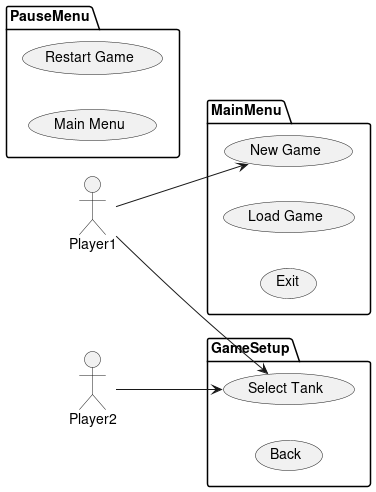
Above: uml_diagrams/useCase.png in prateek21081/tank-stars-game (PlantUML), before the change.
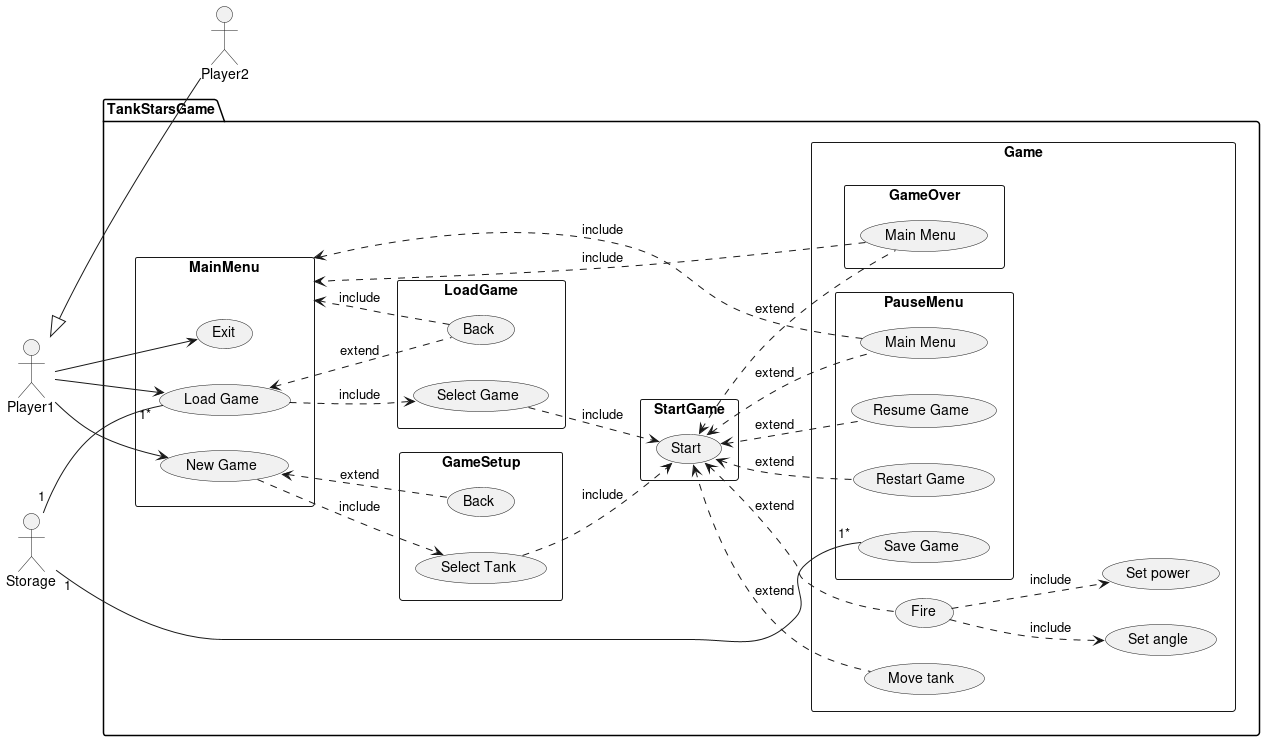
The same file after the commit.

Commit message:
update: use case diagram

The edit, as a diff of the source:
```diff
@@ -3,27 +3,83 @@
 
 actor Player1 as P1
 actor Player2 as P2
+actor Storage as S
 
-package MainMenu {
+package TankStarsGame {
+
+rectangle MainMenu {
     usecase "New Game" as newGame
     usecase "Load Game" as loadGame
     usecase "Exit" as exit
 }
 
-package PauseMenu {
-    usecase "Restart Game" as resumeGame
-    usecase "Main Menu" as backToMenu
-}
 
-package GameSetup {
+rectangle GameSetup {
     usecase "Select Tank" as selectTank
     usecase "Back" as backToMenu1
 }
 
-P1 --> newGame
+rectangle LoadGame {
+    usecase "Select Game" as selectGame
+    usecase "Back" as backToMenu2
+}
 
-P1 --> selectTank
-P2 --> selectTank
+rectangle StartGame {
+    usecase "Start" as startGame
+}
+
+rectangle Game {
+    usecase "Set angle" as setAngle
+    usecase "Set power" as setPower
+    usecase "Move tank" as moveTank
+    usecase "Fire" as fire
+
+    rectangle PauseMenu {
+        usecase "Resume Game" as resumeGame
+        usecase "Restart Game" as restartGame
+        usecase "Main Menu" as backToMenu
+        usecase "Save Game" as saveGame
+    }
+
+    rectangle GameOver {
+        usecase "Restart Game" as restartGame
+        usecase "Main Menu" as backToMenu3
+    }
+}
 
 
+P1 --> newGame
+P1 --> loadGame
+P1 --> exit
+
+P1 <|-- P2
+
+newGame ..> selectTank : include
+newGame <.. backToMenu1 : extend
+
+loadGame ..> selectGame : include
+loadGame <.. backToMenu2 : extend
+
+selectTank ..> startGame : include
+selectGame ..> startGame : include
+
+startGame <.. resumeGame : extend
+startGame <.. backToMenu : extend
+startGame <.. restartGame : extend
+startGame <.. backToMenu3 : extend
+
+startGame <.. fire : extend
+startGame <.. moveTank : extend
+fire ..> setAngle : include
+fire ..> setPower : include
+
+backToMenu ..> MainMenu : include
+backToMenu2 ..> MainMenu : include
+backToMenu3 ..> MainMenu : include
+
+S "1" -- "1*" saveGame
+S "1" -- "1*" loadGame
+
+}
+
 @enduml
```
